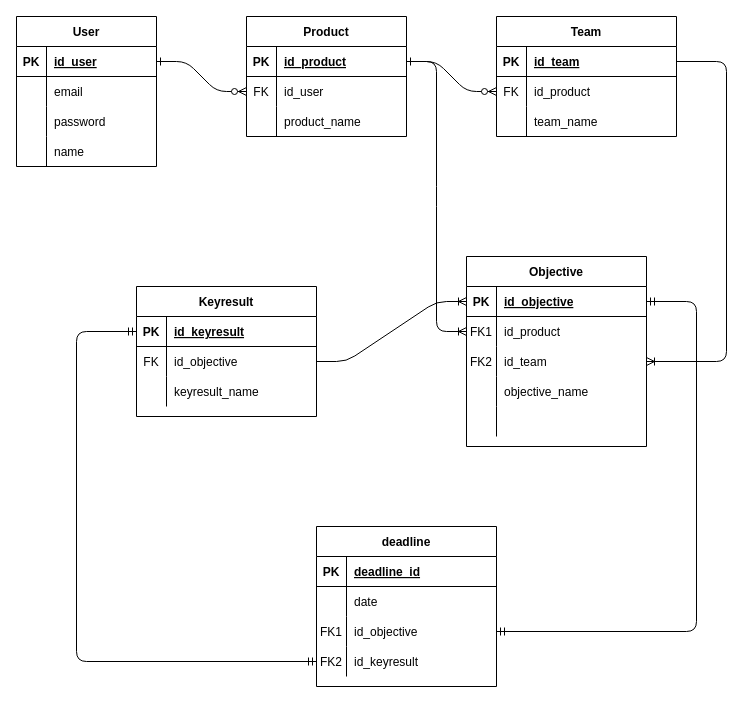
Above: Database Design.drawio in ajied/Sistem-Monitoring-Kinerja-Pencapaian-Objective-Tim-Scrum-Menggunakan-OKR (draw.io), before the change. Source tidied: cells renumbered, new cells numbered last; positions are measured from the earlier drawing's top-left corner, leaving out a move shared by most shapes. Both pictures are drawn from the tidied source at 100%, with x=0, y=0 at pixel (16, 16).
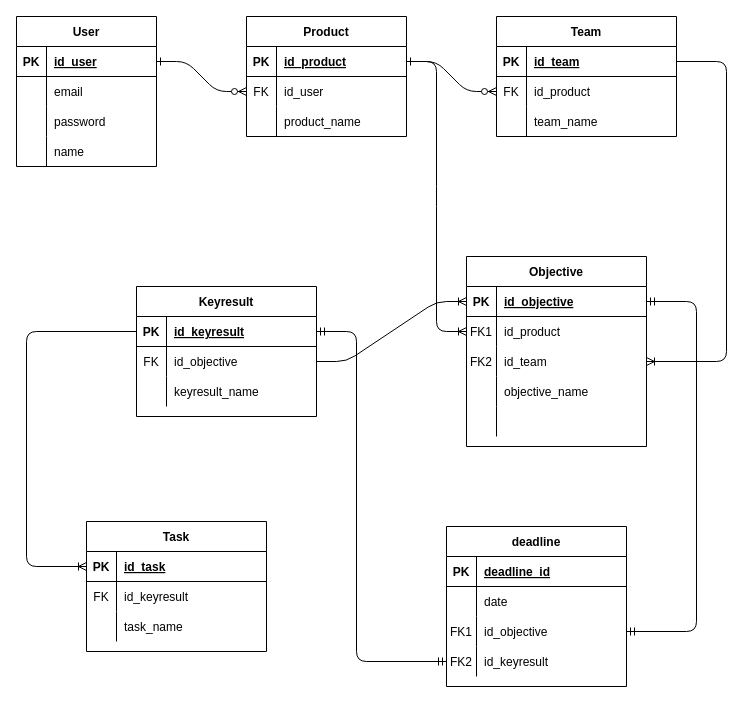
The same page after the edit.

Commit message:
adding task/insiatif table

The change refers to these unchanged cells:
```xml
<mxCell id="56" style="shape=partialRectangle;fillColor=none;top=0;left=0;bottom=1;right=0;points=[[0,0.5],[1,0.5]];portConstraint=eastwest;" parent="55" vertex="1">
  <mxGeometry y="30" width="180" height="30" as="geometry" />
</mxCell>
<mxCell id="76" style="shape=partialRectangle;fillColor=none;top=0;left=0;bottom=0;right=0;points=[[0,0.5],[1,0.5]];portConstraint=eastwest;" parent="66" vertex="1">
  <mxGeometry y="120" width="180" height="30" as="geometry" />
</mxCell>
```

Change to the diagram source:
```diff
@@
     <mxCell id="66" value="deadline" style="shape=table;startSize=30;childLayout=tableLayout;rowLines=0;fontStyle=1;align=center;" parent="1" vertex="1">
-      <mxGeometry x="300" y="510" width="180" height="160" as="geometry" />
+      <mxGeometry x="430" y="510" width="180" height="160" as="geometry" />
     </mxCell>
@@
-    <mxCell id="79" style="edgeStyle=orthogonalEdgeStyle;fontSize=12;html=1;endArrow=ERmandOne;startArrow=ERmandOne;entryX=0;entryY=0.5;entryDx=0;entryDy=0;exitX=0;exitY=0.5;exitDx=0;exitDy=0;" parent="1" edge="1" source="56" target="76">
+    <mxCell id="79" style="edgeStyle=orthogonalEdgeStyle;fontSize=12;html=1;endArrow=ERmandOne;startArrow=ERmandOne;entryX=0;entryY=0.5;entryDx=0;entryDy=0;exitX=1;exitY=0.5;exitDx=0;exitDy=0;" parent="1" edge="1" source="56" target="76">
       <mxGeometry relative="1" as="geometry">
         <Array as="points">
-          <mxPoint x="60" y="315" />
-          <mxPoint x="60" y="645" />
+          <mxPoint x="340" y="315" />
+          <mxPoint x="340" y="645" />
         </Array>
       </mxGeometry>
     </mxCell>
@@
+    <mxCell id="81" value="Task" style="shape=table;startSize=30;childLayout=tableLayout;rowLines=0;fontStyle=1;align=center;" parent="1" vertex="1">
+      <mxGeometry x="70" y="505" width="180" height="130" as="geometry" />
+    </mxCell>
+    <mxCell id="82" style="shape=partialRectangle;fillColor=none;top=0;left=0;bottom=1;right=0;points=[[0,0.5],[1,0.5]];portConstraint=eastwest;" parent="81" vertex="1">
+      <mxGeometry y="30" width="180" height="30" as="geometry" />
+    </mxCell>
+    <mxCell id="83" value="PK" style="shape=partialRectangle;fillColor=none;top=0;left=0;bottom=0;right=0;fontStyle=1;overflow=hidden;" parent="82" vertex="1">
+      <mxGeometry width="30" height="30" as="geometry" />
+    </mxCell>
+    <mxCell id="84" value="id_task" style="shape=partialRectangle;fillColor=none;top=0;left=0;bottom=0;right=0;align=left;spacingLeft=6;fontStyle=5;overflow=hidden;" parent="82" vertex="1">
+      <mxGeometry x="30" width="150" height="30" as="geometry" />
+    </mxCell>
+    <mxCell id="85" style="shape=partialRectangle;fillColor=none;top=0;left=0;bottom=0;right=0;" parent="81" vertex="1">
+      <mxGeometry y="60" width="180" height="30" as="geometry" />
+    </mxCell>
+    <mxCell id="86" value="FK" style="shape=partialRectangle;fillColor=none;top=0;left=0;bottom=0;right=0;fontStyle=0;overflow=hidden;" parent="85" vertex="1">
+      <mxGeometry width="30" height="30" as="geometry" />
+    </mxCell>
+    <mxCell id="87" value="id_keyresult" style="shape=partialRectangle;fillColor=none;top=0;left=0;bottom=0;right=0;align=left;spacingLeft=6;fontStyle=0;overflow=hidden;" parent="85" vertex="1">
+      <mxGeometry x="30" width="150" height="30" as="geometry" />
+    </mxCell>
+    <mxCell id="88" style="shape=partialRectangle;fillColor=none;top=0;left=0;bottom=0;right=0;" parent="81" vertex="1">
+      <mxGeometry y="90" width="180" height="30" as="geometry" />
+    </mxCell>
+    <mxCell id="89" style="shape=partialRectangle;fillColor=none;top=0;left=0;bottom=0;right=0;overflow=hidden;" parent="88" vertex="1">
+      <mxGeometry width="30" height="30" as="geometry" />
+    </mxCell>
+    <mxCell id="90" value="task_name" style="shape=partialRectangle;fillColor=none;top=0;left=0;bottom=0;right=0;align=left;spacingLeft=6;overflow=hidden;" parent="88" vertex="1">
+      <mxGeometry x="30" width="150" height="30" as="geometry" />
+    </mxCell>
+    <mxCell id="91" style="edgeStyle=orthogonalEdgeStyle;fontSize=12;html=1;endArrow=ERoneToMany;exitX=0;exitY=0.5;exitDx=0;exitDy=0;entryX=0;entryY=0.5;entryDx=0;entryDy=0;" parent="1" edge="1" source="56" target="82">
+      <mxGeometry relative="1" as="geometry">
+        <Array as="points">
+          <mxPoint x="10" y="315" />
+          <mxPoint x="10" y="550" />
+        </Array>
+      </mxGeometry>
+    </mxCell>
```
